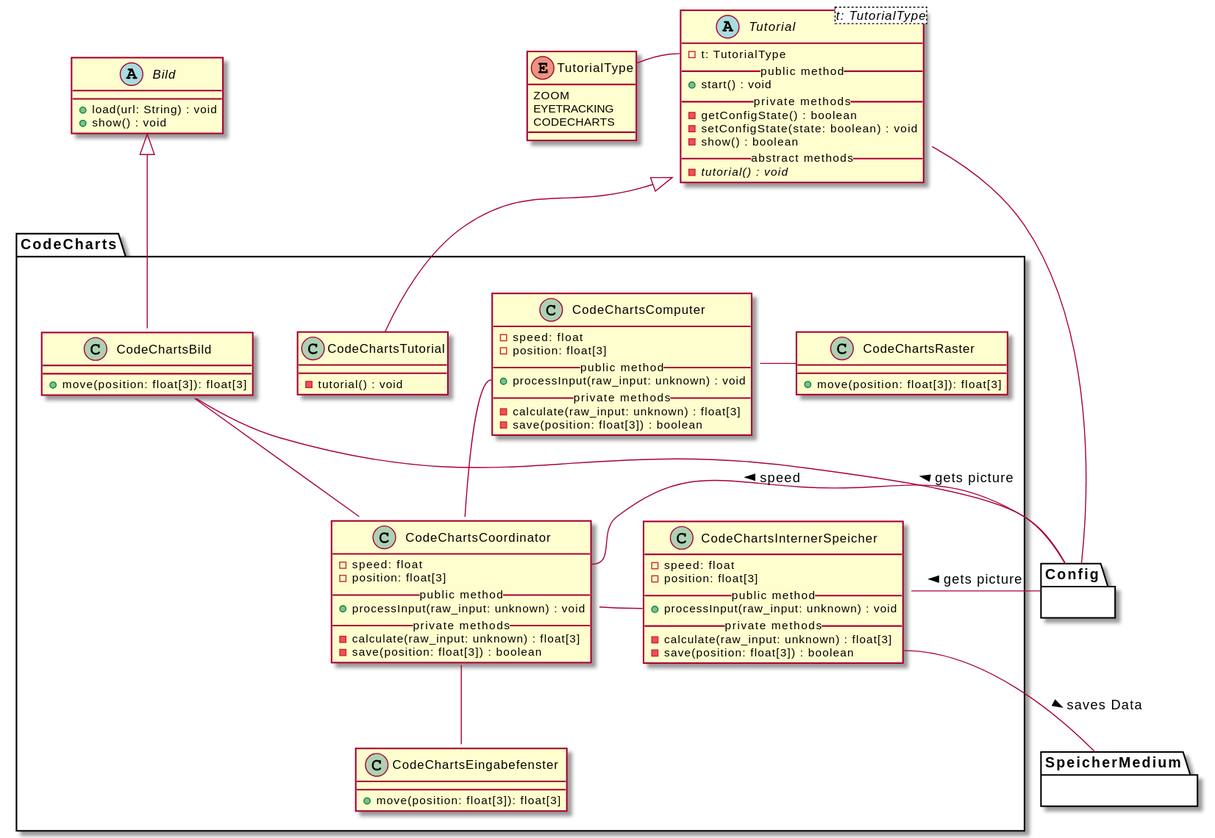
Before: meilenstein_03/uml-code_charts/uml-code_charts.svg, a diagram exported from PlantUML (weichware10/meilensteine).
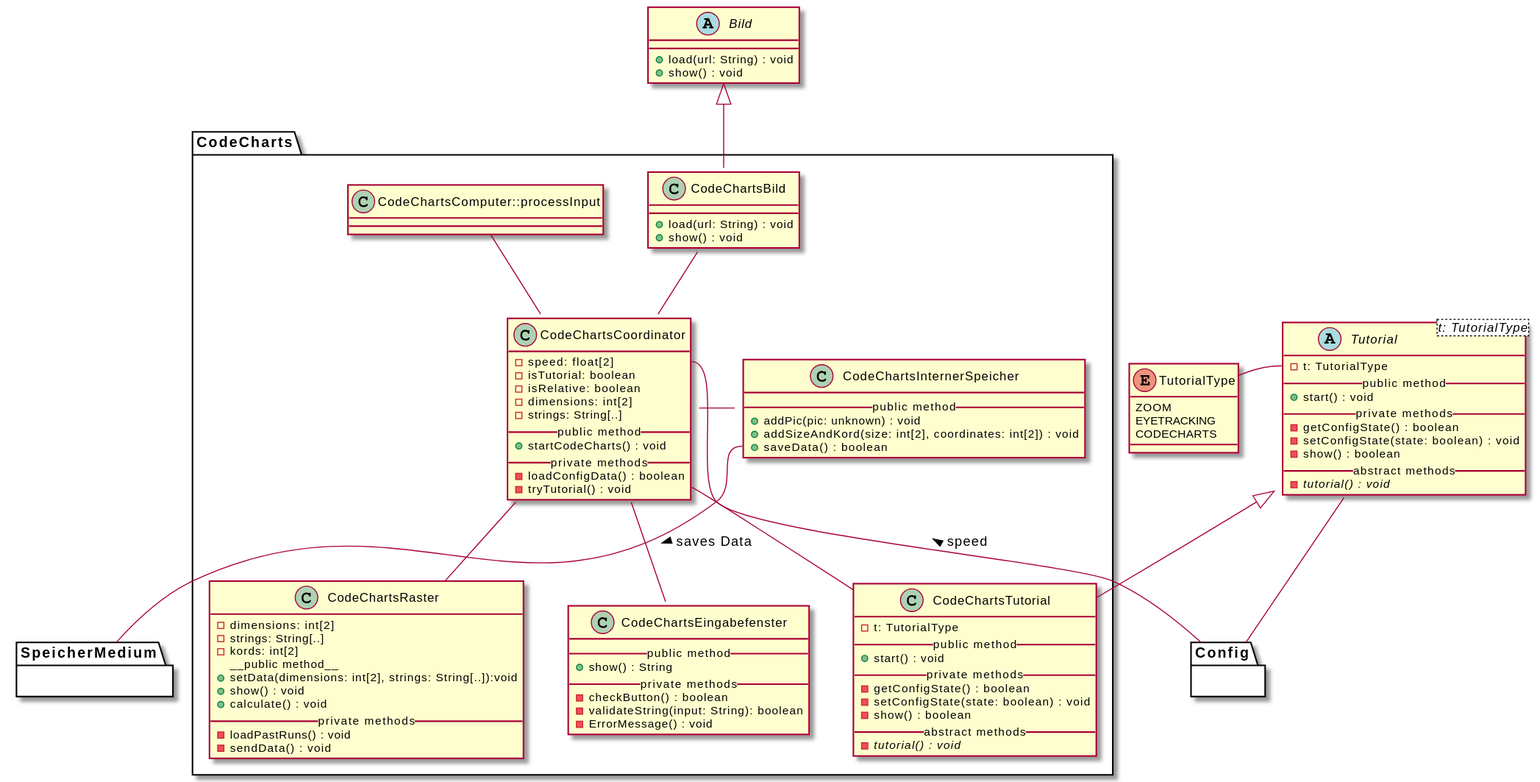
After the commit.

Commit message:
Render PlantUML SVGs

Diff of the diagram source:
```diff
@@ -32,49 +32,62 @@
 package CodeCharts {
 
     class CodeChartsTutorial {
-        - tutorial() : void
+      - t: TutorialType
+      __public method__
+      + start() : void
+      __private methods__
+      - getConfigState() : boolean
+      - setConfigState(state: boolean) : void
+      - show() : boolean
+      __abstract methods__
+      - {abstract} tutorial() : void
     }
 
     class CodeChartsCoordinator {
-        - speed: float
-        - position: float[3]
+        - speed: float[2]
+        - isTutorial: boolean
+        - isRelative: boolean
+        - dimensions: int[2]
+        - strings: String[..]
         __public method__
-        + processInput(raw_input: unknown) : void
+        + startCodeCharts() : void
         __private methods__
-        - calculate(raw_input: unknown) : float[3]
-        - save(position: float[3]) : boolean
-    }
-
-    class CodeChartsComputer {
-        - speed: float
-        - position: float[3]
-        __public method__
-        + processInput(raw_input: unknown) : void
-        __private methods__
-        - calculate(raw_input: unknown) : float[3]
-        - save(position: float[3]) : boolean
+        - loadConfigData() : boolean
+        - tryTutorial() : void
     }
 
     class CodeChartsInternerSpeicher {
-        - speed: float
-        - position: float[3]
         __public method__
-        + processInput(raw_input: unknown) : void
-        __private methods__
-        - calculate(raw_input: unknown) : float[3]
-        - save(position: float[3]) : boolean
+        + addPic(pic: unknown) : void
+        + addSizeAndKord(size: int[2], coordinates: int[2]) : void
+        + saveData() : boolean
     }
 
     class CodeChartsBild {
-        + move(position: float[3]): float[3]
+        + load(url: String) : void
+        + show() : void
     }
 
     class CodeChartsRaster {
-        + move(position: float[3]): float[3]
+        - dimensions: int[2]
+        - strings: String[..]
+        - kords: int[2]
+        __public method__
+        + setData(dimensions: int[2], strings: String[..]):void
+        + show() : void
+        + calculate() : void
+        __private methods__
+        - loadPastRuns() : void
+        - sendData() : void
     }
 
     class CodeChartsEingabefenster {
-        + move(position: float[3]): float[3]
+        __public method__
+        + show() : String
+        __private methods__
+        - checkButton() : boolean
+        - validateString(input: String): boolean
+        - ErrorMessage() : void
     }
 
 
@@ -83,21 +96,13 @@
 
     CodeChartsCoordinator -u- CodeChartsComputer::processInput
     CodeChartsCoordinator -u- CodeChartsBild::processInput
+    CodeChartsCoordinator -- CodeChartsRaster
     CodeChartsCoordinator -d- CodeChartsEingabefenster::processInput
     CodeChartsInternerSpeicher::processInput -l- CodeChartsCoordinator
-    CodeChartsComputer -r- CodeChartsRaster
-
-
-
-
-
-
-
+    CodeChartsCoordinator::tryTutorial -- CodeChartsTutorial
 
     CodeChartsInternerSpeicher::save -d- SpeicherMedium : > saves Data
     CodeChartsCoordinator::speed -d- Config : < speed
-    CodeChartsBild -d- Config : < gets picture
-    CodeChartsInternerSpeicher -u- Config : < gets picture
 
 }
 
```
